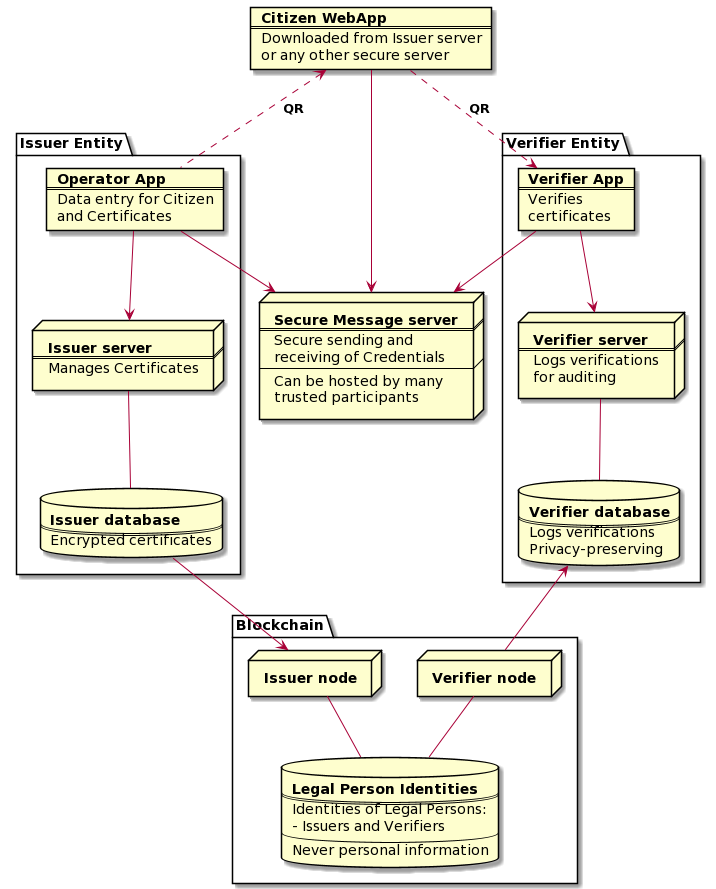
The PlantUML diagram images/SafeIsland_Components.png in kemalbehram/SafeIsland, before a commit.
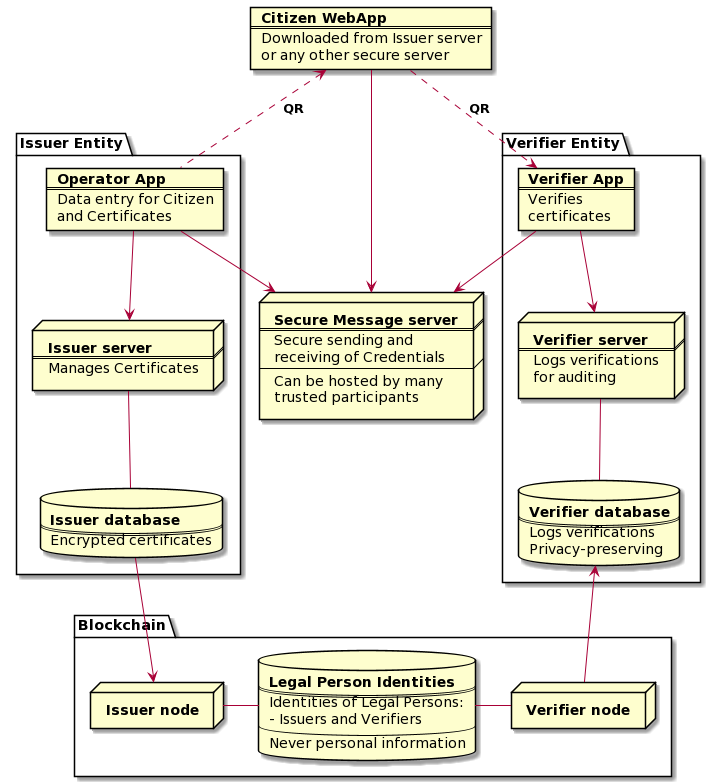
After the commit.

What changed in the source:
```diff
@@ -105,6 +105,6 @@
 IssuerDatabase --> IssuerNode
 VerifierNode -u-> VerifierDatabase
 
-IssuerNode -- Identities
-VerifierNode -- Identities
+IssuerNode -r- Identities
+VerifierNode -l- Identities
 @enduml
```
